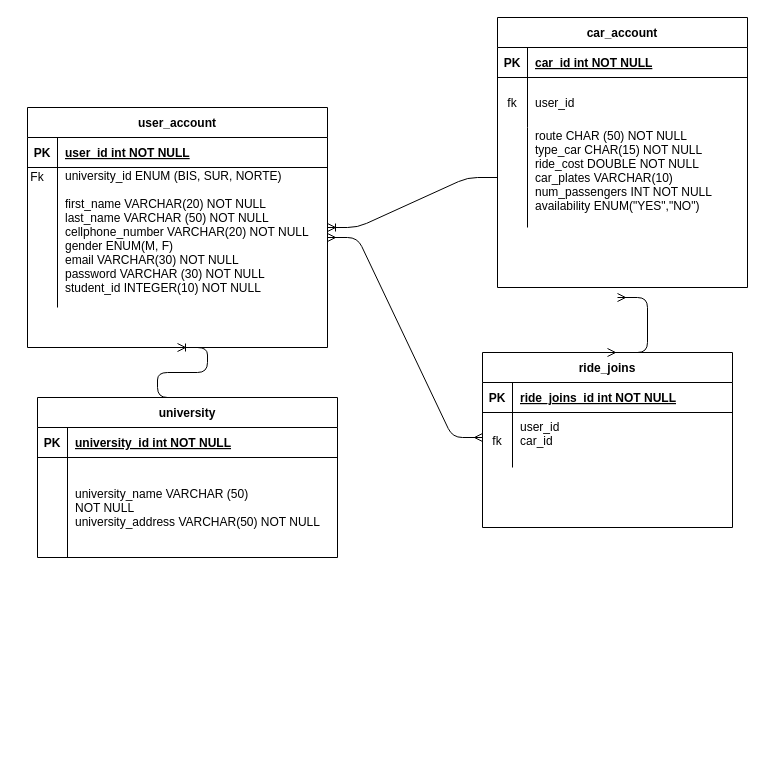
garoga11/carpool-bis keeps this draw.io diagram as Untitled Diagram.drawio. Above is the earlier version. Source tidied: cells renumbered, new cells numbered last; positions are measured from the earlier drawing's top-left corner, leaving out a move shared by most shapes. Both pictures are drawn from the tidied source at 100%, with x=0, y=0 at pixel (17, 17).
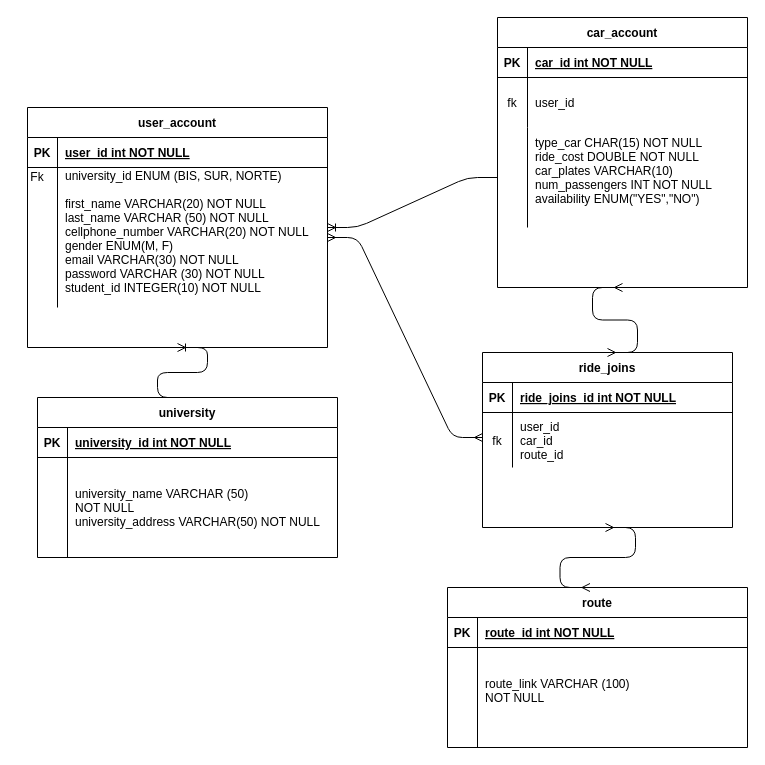
After the change.

Commit message:
route table

The change refers to these unchanged cells:
```xml
<mxCell id="11" value="car_account" style="shape=table;startSize=30;childLayout=tableLayout;rowLines=0;fontStyle=1;align=center;" parent="1" vertex="1">
  <mxGeometry x="480" width="250" height="270" as="geometry" />
</mxCell>
<mxCell id="18" style="shape=partialRectangle;fillColor=none;points=[[0,0.5],[1,0.5]];portConstraint=eastwest;top=0;left=0;right=0;bottom=0;" parent="11" vertex="1">
  <mxGeometry y="110" width="250" height="100" as="geometry" />
</mxCell>
<mxCell id="21" value="ride_joins" style="shape=table;startSize=30;childLayout=tableLayout;rowLines=0;fontStyle=1;align=center;" parent="1" vertex="1">
  <mxGeometry x="465" y="335" width="250" height="175" as="geometry" />
</mxCell>
<mxCell id="25" style="shape=partialRectangle;fillColor=none;top=0;left=0;right=0;bottom=0;" parent="21" vertex="1">
  <mxGeometry y="60" width="250" height="55" as="geometry" />
</mxCell>
```

The edit, as a diff of the source:
```diff
@@
-    <mxCell id="20" value="route CHAR (50) NOT NULL&#10;type_car CHAR(15) NOT NULL&#10;ride_cost DOUBLE NOT NULL&#10;car_plates VARCHAR(10)&#10;num_passengers INT NOT NULL&#10;availability ENUM(&quot;YES&quot;,&quot;NO&quot;)&#10;" style="shape=partialRectangle;overflow=hidden;fillColor=none;top=0;left=0;bottom=0;right=0;align=left;spacingLeft=6;" parent="18" vertex="1">
+    <mxCell id="20" value="type_car CHAR(15) NOT NULL&#10;ride_cost DOUBLE NOT NULL&#10;car_plates VARCHAR(10)&#10;num_passengers INT NOT NULL&#10;availability ENUM(&quot;YES&quot;,&quot;NO&quot;)&#10;" style="shape=partialRectangle;overflow=hidden;fillColor=none;top=0;left=0;bottom=0;right=0;align=left;spacingLeft=6;" parent="18" vertex="1">
       <mxGeometry x="30" width="220" height="100" as="geometry" />
     </mxCell>
@@
-    <mxCell id="27" value="user_id&#10;car_id&#10;" style="shape=partialRectangle;overflow=hidden;fillColor=none;top=0;left=0;bottom=0;right=0;align=left;spacingLeft=6;" parent="25" vertex="1">
+    <mxCell id="27" value="user_id&#10;car_id&#10;route_id" style="shape=partialRectangle;overflow=hidden;fillColor=none;top=0;left=0;bottom=0;right=0;align=left;spacingLeft=6;" parent="25" vertex="1">
       <mxGeometry x="30" width="220" height="55" as="geometry" />
     </mxCell>
@@
-    <mxCell id="30" style="edgeStyle=entityRelationEdgeStyle;fontSize=12;html=1;endArrow=ERmany;startArrow=ERmany;entryX=0.5;entryY=0;entryDx=0;entryDy=0;" parent="1" edge="1" target="21">
-      <mxGeometry relative="1" as="geometry">
-        <mxPoint x="600" y="280" as="sourcePoint" />
-      </mxGeometry>
+    <mxCell id="30" style="edgeStyle=entityRelationEdgeStyle;fontSize=12;html=1;endArrow=ERmany;startArrow=ERmany;entryX=0.5;entryY=0;entryDx=0;entryDy=0;exitX=0.5;exitY=1;exitDx=0;exitDy=0;" parent="1" edge="1" source="11" target="21">
+      <mxGeometry relative="1" as="geometry" />
     </mxCell>
@@
+    <mxCell id="38" value="route" style="shape=table;startSize=30;childLayout=tableLayout;rowLines=0;fontStyle=1;align=center;" parent="1" vertex="1">
+      <mxGeometry x="430" y="570" width="300" height="160" as="geometry" />
+    </mxCell>
+    <mxCell id="39" style="shape=partialRectangle;fillColor=none;top=0;left=0;right=0;bottom=1;" parent="38" vertex="1">
+      <mxGeometry y="30" width="300" height="30" as="geometry" />
+    </mxCell>
+    <mxCell id="40" value="PK" style="shape=partialRectangle;overflow=hidden;fillColor=none;top=0;left=0;bottom=0;right=0;fontStyle=1;" parent="39" vertex="1">
+      <mxGeometry width="30" height="30" as="geometry" />
+    </mxCell>
+    <mxCell id="41" value="route_id int NOT NULL " style="shape=partialRectangle;overflow=hidden;fillColor=none;top=0;left=0;bottom=0;right=0;align=left;spacingLeft=6;fontStyle=5;" parent="39" vertex="1">
+      <mxGeometry x="30" width="270" height="30" as="geometry" />
+    </mxCell>
+    <mxCell id="42" style="shape=partialRectangle;fillColor=none;top=0;left=0;right=0;bottom=0;" parent="38" vertex="1">
+      <mxGeometry y="60" width="300" height="100" as="geometry" />
+    </mxCell>
+    <mxCell id="43" style="shape=partialRectangle;overflow=hidden;fillColor=none;top=0;left=0;bottom=0;right=0;" parent="42" vertex="1">
+      <mxGeometry width="30" height="100" as="geometry" />
+    </mxCell>
+    <mxCell id="44" value="&#10;&#10;route_link VARCHAR (100)&#10;NOT NULL&#10;&#10;&#10;&#10;&#10;" style="shape=partialRectangle;overflow=hidden;fillColor=none;top=0;left=0;bottom=0;right=0;align=left;spacingLeft=6;" parent="42" vertex="1">
+      <mxGeometry x="30" width="270" height="100" as="geometry" />
+    </mxCell>
+    <mxCell id="45" style="edgeStyle=entityRelationEdgeStyle;fontSize=12;html=1;endArrow=ERmany;startArrow=ERmany;entryX=0.5;entryY=0;entryDx=0;entryDy=0;" parent="1" edge="1">
+      <mxGeometry relative="1" as="geometry">
+        <mxPoint x="588" y="510" as="sourcePoint" />
+        <mxPoint x="572.5" y="570" as="targetPoint" />
+      </mxGeometry>
+    </mxCell>
```
